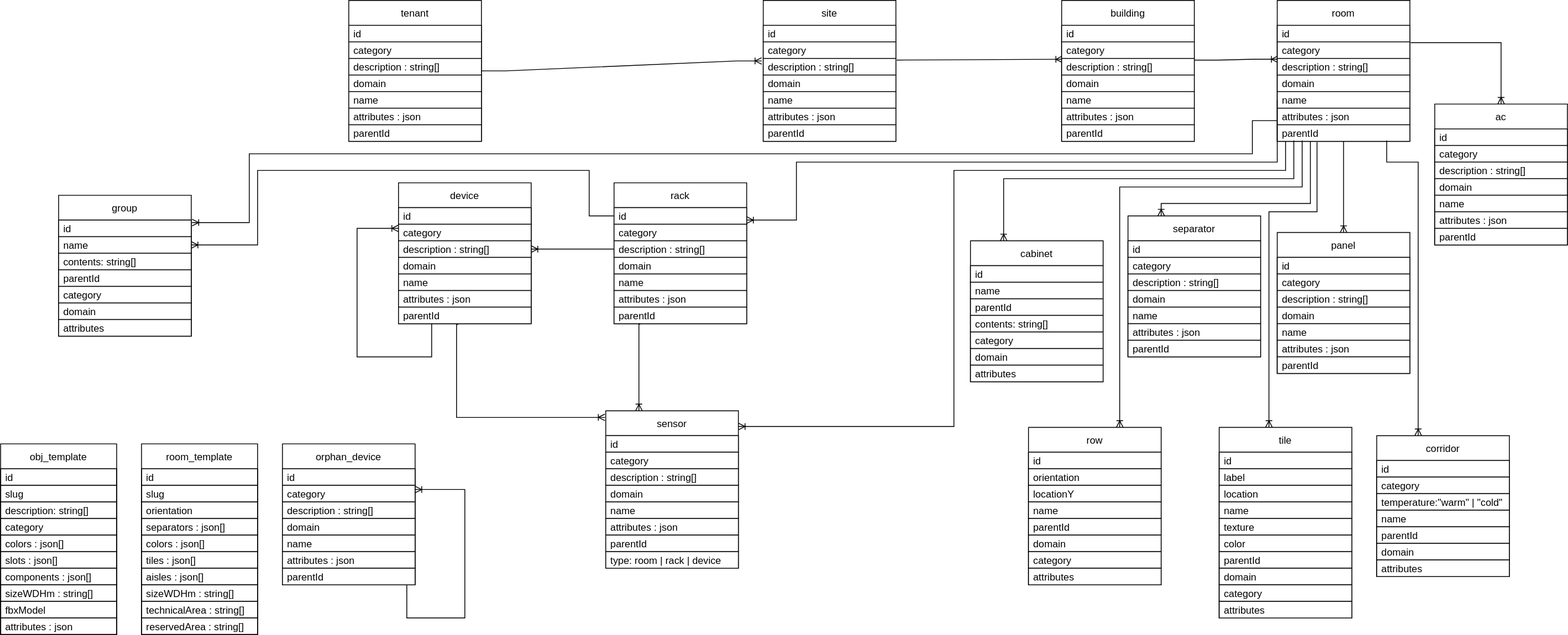
Above: resources/diagrams/DB_Diagram.svg in ditrit/OGrEE-Core (draw.io), before the change. Source tidied: cells renumbered, new cells last; positions are measured from the earlier drawing's top-left corner, leaving out a move shared by most shapes.
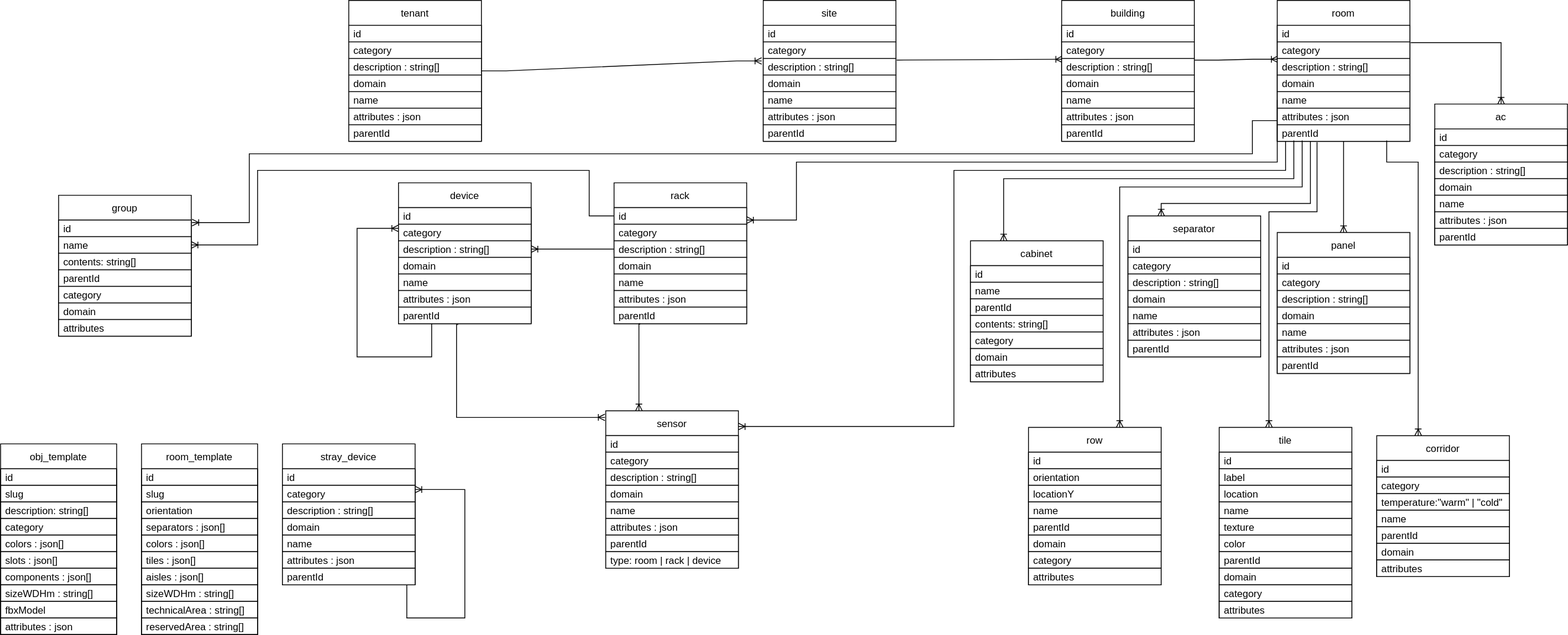
Above is the later version.

Diff of the diagram source:
```diff
@@ -624,7 +624,7 @@
         </Array>
       </mxGeometry>
     </mxCell>
-    <mxCell id="182" value="orphan_device" style="swimlane;fontStyle=0;horizontal=1;startSize=30;fillColor=default;strokeColor=default;fontColor=default;" parent="1" vertex="1">
+    <mxCell id="182" value="stray_device" style="swimlane;fontStyle=0;horizontal=1;startSize=30;fillColor=default;strokeColor=default;fontColor=default;" parent="1" vertex="1">
       <mxGeometry x="340" y="535" width="160" height="170" as="geometry" />
     </mxCell>
     <mxCell id="183" value="id" style="text;strokeColor=default;fillColor=default;align=left;verticalAlign=middle;spacingLeft=4;spacingRight=4;overflow=hidden;fontColor=default;" parent="182" vertex="1">
```
